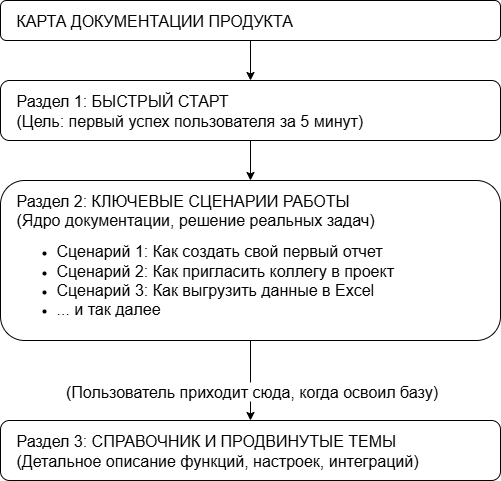
Earlier version of the draw.io export images/doc-map-scheme.png (technoway10/tech-writer-portfolio). Source tidied: cells renumbered, new cells last; positions are measured from the earlier drawing's top-left corner, leaving out a move shared by most shapes.
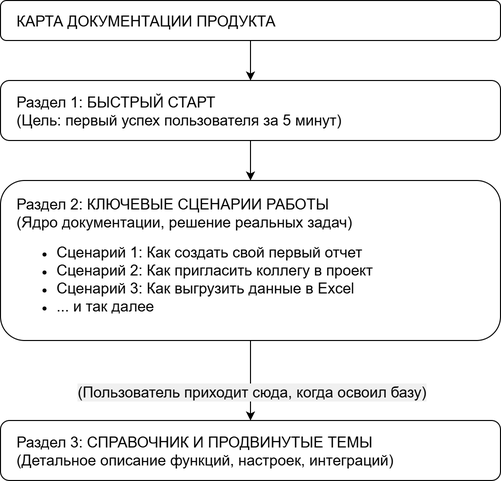
After the commit.

Commit message:
Diagram modify transparent

Diff of the diagram source:
```diff
@@ -5,27 +5,27 @@
     <mxCell id="2" style="edgeStyle=orthogonalEdgeStyle;rounded=0;jettySize=auto;html=1;exitX=0.5;exitY=1;exitDx=0;exitDy=0;entryX=0.5;entryY=0;entryDx=0;entryDy=0;" parent="1" edge="1" source="3" target="5">
       <mxGeometry relative="1" as="geometry" />
     </mxCell>
-    <mxCell id="3" value="&lt;font style=&quot;font-size: 16px;&quot;&gt;КАРТА ДОКУМЕНТАЦИИ ПРОДУКТА&lt;/font&gt;" style="rounded=1;whiteSpace=wrap;html=1;spacing=16;spacingLeft=0;align=left;" parent="1" vertex="1">
+    <mxCell id="3" value="&lt;font style=&quot;font-size: 15px;&quot;&gt;КАРТА ДОКУМЕНТАЦИИ ПРОДУКТА&lt;/font&gt;" style="rounded=1;whiteSpace=wrap;html=1;spacing=16;spacingLeft=0;align=left;" parent="1" vertex="1">
       <mxGeometry width="500" height="40" as="geometry" />
     </mxCell>
     <mxCell id="4" style="edgeStyle=orthogonalEdgeStyle;rounded=0;jettySize=auto;html=1;exitX=0.5;exitY=1;exitDx=0;exitDy=0;entryX=0.5;entryY=0;entryDx=0;entryDy=0;" parent="1" edge="1" source="5" target="8">
       <mxGeometry relative="1" as="geometry" />
     </mxCell>
-    <mxCell id="5" value="&lt;div&gt;&lt;font style=&quot;font-size: 16px;&quot;&gt;Раздел 1: БЫСТРЫЙ СТАРТ&lt;/font&gt;&lt;/div&gt;&lt;div&gt;&lt;font style=&quot;font-size: 16px;&quot;&gt;&lt;span style=&quot;background-color: transparent; color: light-dark(rgb(0, 0, 0), rgb(255, 255, 255));&quot;&gt;(Цель: первый успех пользователя за 5 минут)&lt;/span&gt;&lt;/font&gt;&lt;/div&gt;" style="rounded=1;whiteSpace=wrap;html=1;spacing=16;spacingLeft=0;align=left;" parent="1" vertex="1">
+    <mxCell id="5" value="&lt;div&gt;&lt;font style=&quot;font-size: 15px;&quot;&gt;Раздел 1: БЫСТРЫЙ СТАРТ&lt;/font&gt;&lt;/div&gt;&lt;div&gt;&lt;font style=&quot;font-size: 15px;&quot;&gt;&lt;span style=&quot;background-color: transparent; color: light-dark(rgb(0, 0, 0), rgb(255, 255, 255));&quot;&gt;(Цель: первый успех пользователя за 5 минут)&lt;/span&gt;&lt;/font&gt;&lt;/div&gt;" style="rounded=1;whiteSpace=wrap;html=1;spacing=16;spacingLeft=0;align=left;" parent="1" vertex="1">
       <mxGeometry y="80" width="500" height="60" as="geometry" />
     </mxCell>
     <mxCell id="6" style="edgeStyle=orthogonalEdgeStyle;rounded=0;jettySize=auto;html=1;exitX=0.5;exitY=1;exitDx=0;exitDy=0;entryX=0.5;entryY=0;entryDx=0;entryDy=0;" parent="1" edge="1" source="8" target="9">
       <mxGeometry relative="1" as="geometry" />
     </mxCell>
-    <mxCell id="7" value="&lt;div&gt;&lt;font style=&quot;font-size: 16px;&quot;&gt;(Пользователь приходит сюда,&amp;nbsp;&lt;span style=&quot;background-color: light-dark(#ffffff, var(--ge-dark-color, #121212)); color: light-dark(rgb(0, 0, 0), rgb(255, 255, 255));&quot;&gt;когда освоил базу)&lt;/span&gt;&lt;/font&gt;&lt;/div&gt;" style="edgeLabel;html=1;align=center;verticalAlign=middle;" parent="6" vertex="1">
+    <mxCell id="7" value="&lt;div&gt;&lt;font style=&quot;font-size: 15px;&quot;&gt;(Пользователь приходит сюда,&amp;nbsp;&lt;span style=&quot;color: light-dark(rgb(0, 0, 0), rgb(255, 255, 255));&quot;&gt;когда освоил базу)&lt;/span&gt;&lt;/font&gt;&lt;/div&gt;" style="edgeLabel;html=1;align=center;verticalAlign=middle;labelBackgroundColor=#F0F0F0;" parent="6" vertex="1">
       <mxGeometry x="-0.33" y="-1" relative="1" as="geometry">
         <mxPoint x="1" y="23" as="offset" />
       </mxGeometry>
     </mxCell>
-    <mxCell id="8" value="&lt;div&gt;&lt;font style=&quot;font-size: 16px;&quot;&gt;Раздел 2: КЛЮЧЕВЫЕ СЦЕНАРИИ РАБОТЫ&lt;/font&gt;&lt;/div&gt;&lt;div&gt;&lt;span style=&quot;font-size: 16px; background-color: transparent; color: light-dark(rgb(0, 0, 0), rgb(255, 255, 255));&quot;&gt;(Ядро документации, решение реальных задач)&lt;/span&gt;&lt;/div&gt;&lt;div&gt;&lt;ul&gt;&lt;li&gt;&lt;span style=&quot;background-color: transparent; color: light-dark(rgb(0, 0, 0), rgb(255, 255, 255)); font-size: 16px;&quot;&gt;Сценарий 1: Как создать свой первый отчет&lt;/span&gt;&lt;/li&gt;&lt;li&gt;&lt;span style=&quot;font-size: 16px; background-color: transparent; color: light-dark(rgb(0, 0, 0), rgb(255, 255, 255));&quot;&gt;Сценарий 2: Как пригласить коллегу в проект&lt;/span&gt;&lt;/li&gt;&lt;li&gt;&lt;span style=&quot;font-size: 16px; background-color: transparent; color: light-dark(rgb(0, 0, 0), rgb(255, 255, 255));&quot;&gt;Сценарий 3: Как выгрузить данные в Excel&lt;/span&gt;&lt;/li&gt;&lt;li&gt;&lt;span style=&quot;font-size: 16px; background-color: transparent; color: light-dark(rgb(0, 0, 0), rgb(255, 255, 255));&quot;&gt;... и так далее&amp;nbsp; &amp;nbsp;&amp;nbsp;&lt;/span&gt;&lt;/li&gt;&lt;/ul&gt;&lt;/div&gt;" style="rounded=1;whiteSpace=wrap;html=1;spacing=16;spacingLeft=0;align=left;" parent="1" vertex="1">
+    <mxCell id="8" value="&lt;div&gt;&lt;font style=&quot;font-size: 15px;&quot;&gt;Раздел 2: КЛЮЧЕВЫЕ СЦЕНАРИИ РАБОТЫ&lt;/font&gt;&lt;/div&gt;&lt;div&gt;&lt;span style=&quot;background-color: transparent; color: light-dark(rgb(0, 0, 0), rgb(255, 255, 255));&quot;&gt;&lt;font style=&quot;font-size: 15px;&quot;&gt;(Ядро документации, решение реальных задач)&lt;/font&gt;&lt;/span&gt;&lt;/div&gt;&lt;div&gt;&lt;ul&gt;&lt;li&gt;&lt;span style=&quot;background-color: transparent; color: light-dark(rgb(0, 0, 0), rgb(255, 255, 255));&quot;&gt;&lt;font style=&quot;font-size: 15px;&quot;&gt;Сценарий 1: Как создать свой первый отчет&lt;/font&gt;&lt;/span&gt;&lt;/li&gt;&lt;li&gt;&lt;span style=&quot;background-color: transparent; color: light-dark(rgb(0, 0, 0), rgb(255, 255, 255));&quot;&gt;&lt;font style=&quot;font-size: 15px;&quot;&gt;Сценарий 2: Как пригласить коллегу в проект&lt;/font&gt;&lt;/span&gt;&lt;/li&gt;&lt;li&gt;&lt;span style=&quot;background-color: transparent; color: light-dark(rgb(0, 0, 0), rgb(255, 255, 255));&quot;&gt;&lt;font style=&quot;font-size: 15px;&quot;&gt;Сценарий 3: Как выгрузить данные в Excel&lt;/font&gt;&lt;/span&gt;&lt;/li&gt;&lt;li&gt;&lt;span style=&quot;background-color: transparent; color: light-dark(rgb(0, 0, 0), rgb(255, 255, 255));&quot;&gt;&lt;font style=&quot;font-size: 15px;&quot;&gt;... и так далее&amp;nbsp; &amp;nbsp;&amp;nbsp;&lt;/font&gt;&lt;/span&gt;&lt;/li&gt;&lt;/ul&gt;&lt;/div&gt;" style="rounded=1;whiteSpace=wrap;html=1;spacing=16;spacingLeft=0;align=left;" parent="1" vertex="1">
       <mxGeometry y="180" width="500" height="160" as="geometry" />
     </mxCell>
-    <mxCell id="9" value="&lt;div&gt;&lt;font style=&quot;font-size: 16px;&quot;&gt;Раздел 3: СПРАВОЧНИК И ПРОДВИНУТЫЕ ТЕМЫ&lt;/font&gt;&lt;/div&gt;&lt;div&gt;&lt;span style=&quot;font-size: 16px; background-color: transparent; color: light-dark(rgb(0, 0, 0), rgb(255, 255, 255));&quot;&gt;(Детальное описание функций, настроек, интеграций)&lt;/span&gt;&lt;/div&gt;" style="rounded=1;whiteSpace=wrap;html=1;spacing=16;spacingLeft=0;align=left;" parent="1" vertex="1">
+    <mxCell id="9" value="&lt;div&gt;&lt;font style=&quot;font-size: 15px;&quot;&gt;Раздел 3: СПРАВОЧНИК И ПРОДВИНУТЫЕ ТЕМЫ&lt;/font&gt;&lt;/div&gt;&lt;div&gt;&lt;span style=&quot;background-color: transparent; color: light-dark(rgb(0, 0, 0), rgb(255, 255, 255));&quot;&gt;&lt;font style=&quot;font-size: 15px;&quot;&gt;(Детальное описание функций, настроек, интеграций)&lt;/font&gt;&lt;/span&gt;&lt;/div&gt;" style="rounded=1;whiteSpace=wrap;html=1;spacing=16;spacingLeft=0;align=left;" parent="1" vertex="1">
       <mxGeometry y="420" width="500" height="60" as="geometry" />
     </mxCell>
   </root>
```
